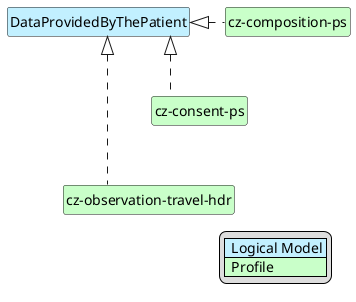
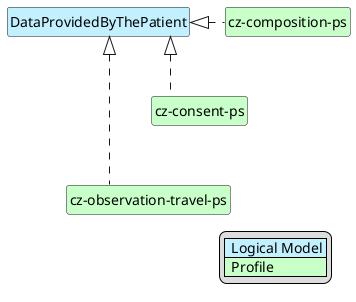
@startuml PS_PatientProvidedData-map
hide circle
hide stereotype
hide members
hide methods
skinparam linetype ortho
skinparam class {
BackgroundColor<<LogicalModel>> #APPLICATION
BackgroundColor<<Profile>> #TECHNOLOGY
}
legend right
| <#APPLICATION>  Logical Model |
| <#TECHNOLOGY>  Profile |
endlegend

' ---------- LOGICAL MODEL ----------
class "DataProvidedByThePatient" <<LogicalModel>> [[StructureDefinition-LogPatientProvidedDataCzEn.html]]

' note top #PaleTurquoise [[ConceptMap-patientProvidedData2FHIR-cz-ps.html]]
' Concept Map
' endnote

' ---------- PROFILES ----------
class "cz-composition-ps" <<Profile>> [[StructureDefinition-cz-composition-ps.html]]
class "cz-consent-ps" <<Profile>> [[StructureDefinition-cz-consent-ps.html]]
- class "cz-observation-travel-hdr" <<Profile>> [[StructureDefinition-cz-cz-observation-travel-hdr.html]]
+ class "cz-observation-travel-ps" <<Profile>> [[StructureDefinition-cz-observation-travel-ps.html]]

' ---------- RELATIONS ----------
"DataProvidedByThePatient" <|. "cz-composition-ps"
"DataProvidedByThePatient" <|. "cz-consent-ps"
- "DataProvidedByThePatient" <|. "cz-observation-travel-hdr"
+ "DataProvidedByThePatient" <|. "cz-observation-travel-ps"

' optional invisible link to keep layout neat
"cz-composition-ps" -[hidden]-> "cz-consent-ps"
- "cz-consent-ps" -[hidden]-> "cz-observation-travel-hdr"
+ "cz-consent-ps" -[hidden]-> "cz-observation-travel-ps"

@enduml
